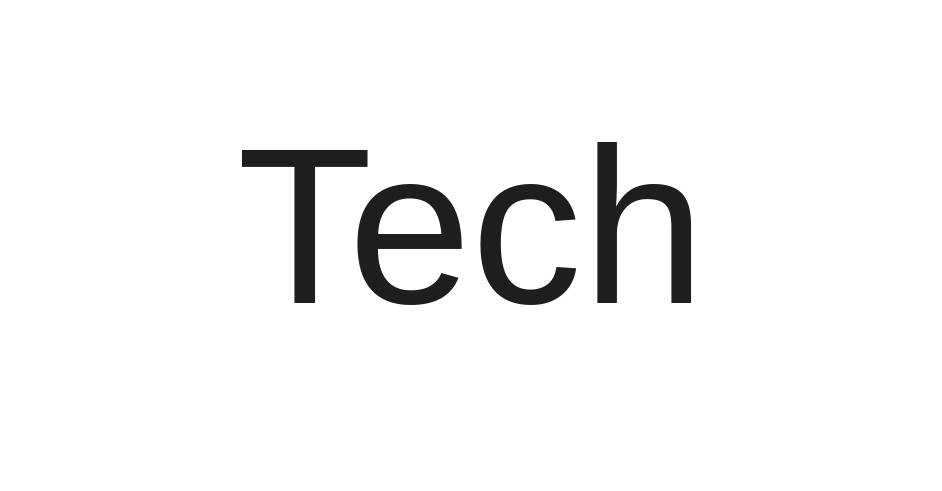
This is .excalidraw.svg from tcg-ethun/C-Plus-Plus, a Excalidraw export, as it was before one commit. Source tidied: one line per element, renumbered; positions are measured from the earlier drawing's top-left corner, leaving out a move shared by most shapes. The source it was exported from:
```json
{"id": 0, "type": "text", "text": "Tech", "strokeColor": "#1e1e1e", "strokeWidth": 2, "roughness": 1, "fontSize": 158.72, "fontFamily": 8, "textAlign": "center", "x": 0, "y": 0, "width": 653, "height": 198}
```
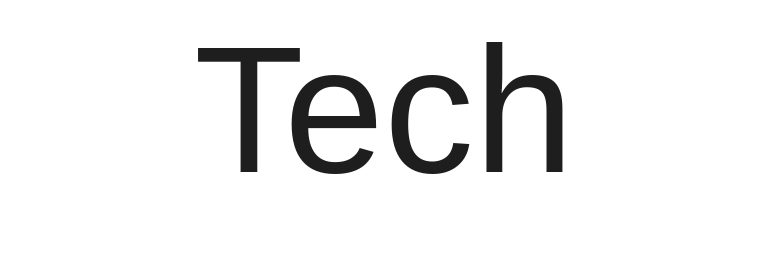
Later version of the same file.

Diff of the diagram source:
```diff
@@ -1,1 +1,1 @@
-{"id": 0, "type": "text", "text": "Tech", "strokeColor": "#1e1e1e", "strokeWidth": 2, "roughness": 1, "fontSize": 158.72, "fontFamily": 8, "textAlign": "center", "x": 0, "y": 0, "width": 653, "height": 198}
+{"id": 0, "type": "text", "text": "Tech", "strokeColor": "#1e1e1e", "strokeWidth": 2, "roughness": 1, "fontSize": 128.64, "fontFamily": 8, "textAlign": "center", "x": 0, "y": 0, "width": 529, "height": 161}
```
